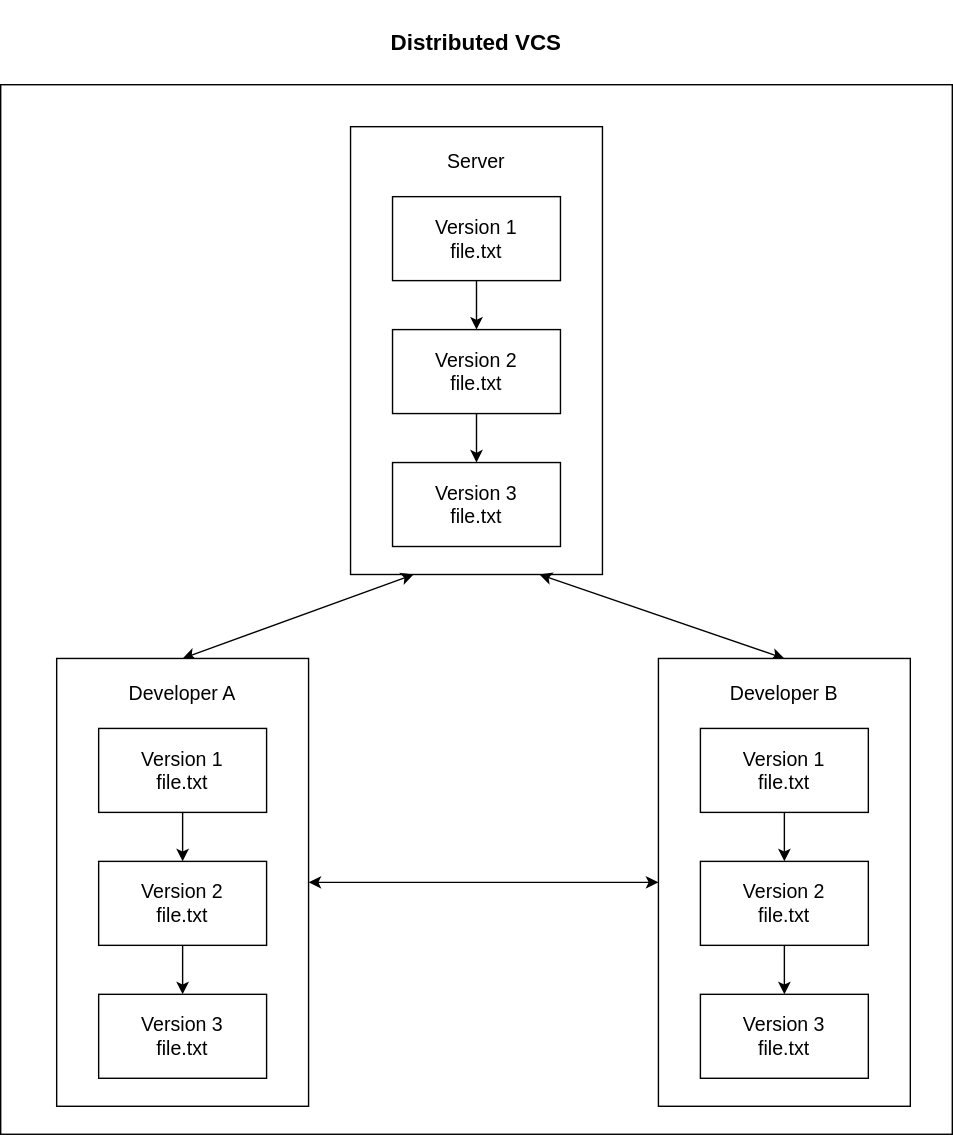
The draw.io diagram docs/diagrams/distributed-vcs.svg in thomas-rasmussen/git-tutorial, before a commit. Source tidied: cells renumbered, new cells last; positions are measured from the earlier drawing's top-left corner, leaving out a move shared by most shapes.
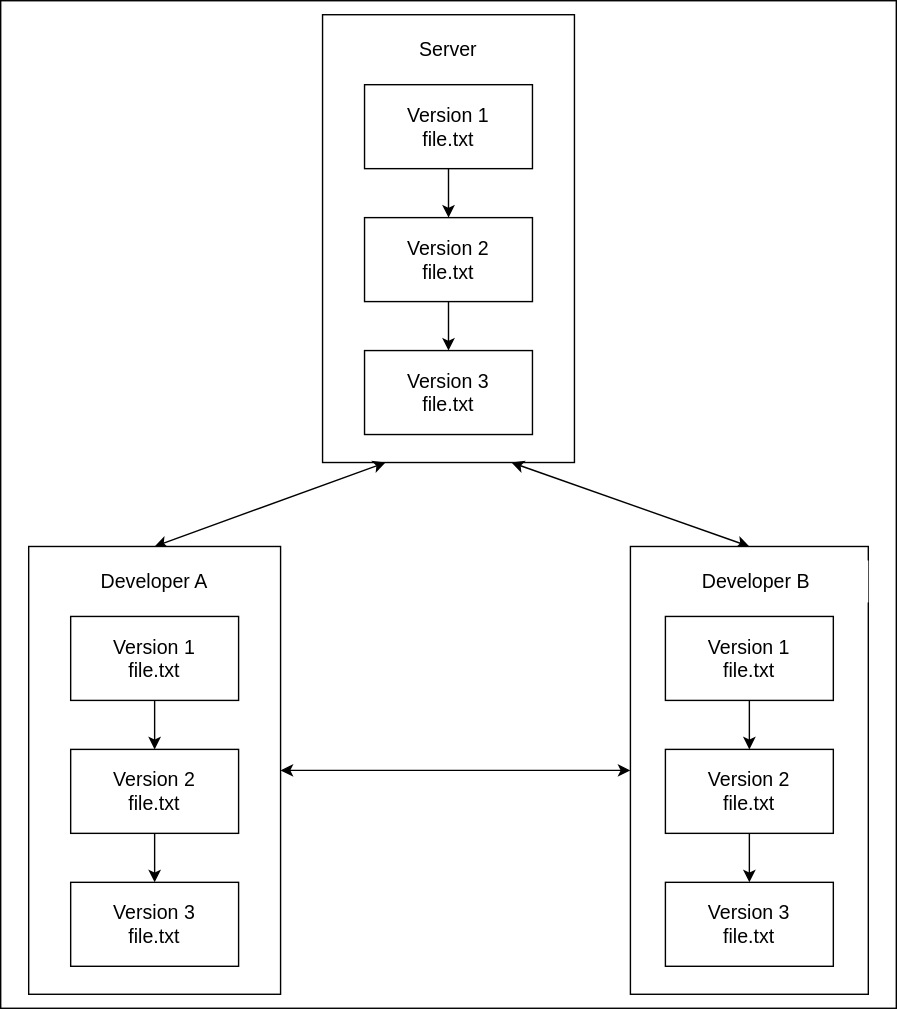
After the commit.

Change to the diagram source:
```diff
@@ -3,7 +3,7 @@
     <mxCell id="0" />
     <mxCell id="1" parent="0" />
     <mxCell id="2" style="rounded=0;whiteSpace=wrap;html=1;" parent="1" vertex="1">
-      <mxGeometry y="60" width="680" height="750" as="geometry" />
+      <mxGeometry x="20" y="80" width="640" height="720" as="geometry" />
     </mxCell>
     <mxCell id="3" style="rounded=0;whiteSpace=wrap;html=1;" parent="1" vertex="1">
       <mxGeometry x="250" y="90" width="180" height="320" as="geometry" />
@@ -32,9 +32,6 @@
     <mxCell id="11" style="rounded=0;jettySize=auto;html=1;entryX=0.75;entryY=1;entryDx=0;entryDy=0;exitX=0.5;exitY=0;exitDx=0;exitDy=0;strokeColor=default;endArrow=classic;endFill=1;startArrow=classic;startFill=1;" parent="1" edge="1" source="21" target="3">
       <mxGeometry relative="1" as="geometry" />
     </mxCell>
-    <mxCell id="12" value="Distributed VCS" style="rounded=0;whiteSpace=wrap;html=1;fontSize=16;fontStyle=1;strokeColor=none;fillColor=none;" parent="1" vertex="1">
-      <mxGeometry width="680" height="60" as="geometry" />
-    </mxCell>
     <mxCell id="13" style="edgeStyle=orthogonalEdgeStyle;rounded=0;jettySize=auto;html=1;startArrow=classic;startFill=1;" parent="1" edge="1" source="14" target="21">
       <mxGeometry relative="1" as="geometry" />
     </mxCell>
@@ -60,7 +57,7 @@
       <mxGeometry x="70" y="615" width="120" height="60" as="geometry" />
     </mxCell>
     <mxCell id="21" style="rounded=0;whiteSpace=wrap;html=1;" parent="1" vertex="1">
-      <mxGeometry x="470" y="470" width="180" height="320" as="geometry" />
+      <mxGeometry x="470" y="470" width="170" height="320" as="geometry" />
     </mxCell>
     <mxCell id="22" value="Developer B" style="rounded=0;whiteSpace=wrap;html=1;strokeColor=none;fontSize=14;" parent="1" vertex="1">
       <mxGeometry x="480" y="480" width="160" height="30" as="geometry" />
@@ -69,16 +66,16 @@
       <mxGeometry relative="1" as="geometry" />
     </mxCell>
     <mxCell id="24" value="Version 1&lt;div&gt;file.txt&lt;/div&gt;" style="rounded=0;whiteSpace=wrap;html=1;fontSize=14;" parent="1" vertex="1">
-      <mxGeometry x="500" y="520" width="120" height="60" as="geometry" />
+      <mxGeometry x="495" y="520" width="120" height="60" as="geometry" />
     </mxCell>
     <mxCell id="25" value="Version 3&lt;div&gt;file.txt&lt;/div&gt;" style="rounded=0;whiteSpace=wrap;html=1;fontSize=14;" parent="1" vertex="1">
-      <mxGeometry x="500" y="710" width="120" height="60" as="geometry" />
+      <mxGeometry x="495" y="710" width="120" height="60" as="geometry" />
     </mxCell>
     <mxCell id="26" style="edgeStyle=orthogonalEdgeStyle;rounded=0;jettySize=auto;html=1;" parent="1" edge="1" source="27" target="25">
       <mxGeometry relative="1" as="geometry" />
     </mxCell>
     <mxCell id="27" value="Version 2&lt;div&gt;file.txt&lt;/div&gt;" style="rounded=0;whiteSpace=wrap;html=1;fontSize=14;" parent="1" vertex="1">
-      <mxGeometry x="500" y="615" width="120" height="60" as="geometry" />
+      <mxGeometry x="495" y="615" width="120" height="60" as="geometry" />
     </mxCell>
   </root>
 </mxGraphModel>
```
